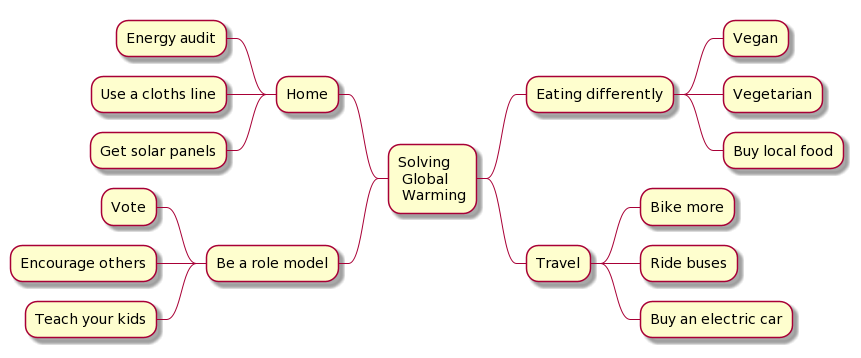
This is mindmap.png from barlino/playground, a PlantUML export, as it was before one commit.
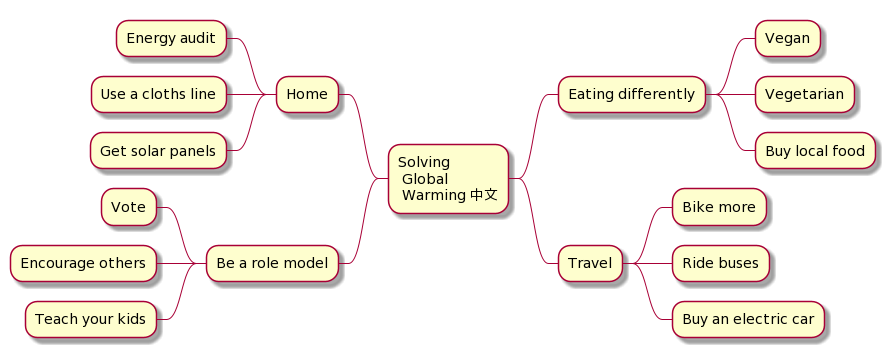
After the commit.

Commit message:
我又有新的想法

Change to the diagram source:
```diff
@@ -1,7 +1,7 @@
 @startmindmap
 
 
-* Solving \n Global \n Warming
+* Solving \n Global \n Warming 中文
 
 ** Eating differently
 *** Vegan
```
